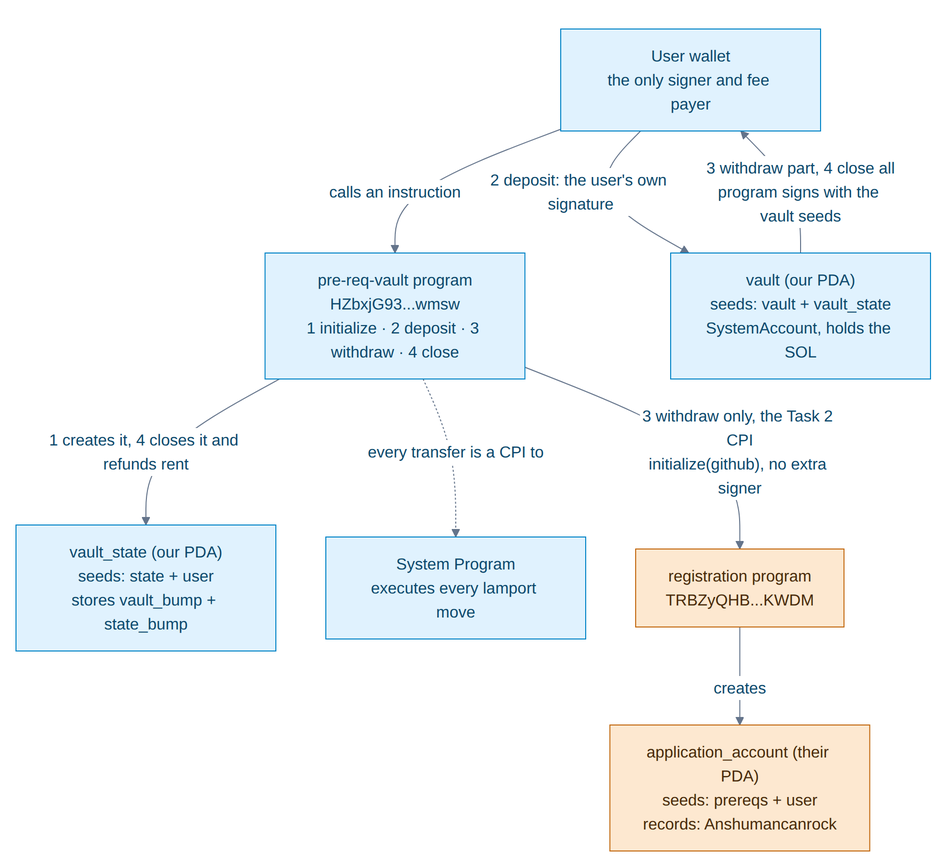
This is docs/diagram.png from Anshumancanrock/Turbin3, a Mermaid export, as it was before one commit. Its source is kept beside it as docs/diagram.mmd.
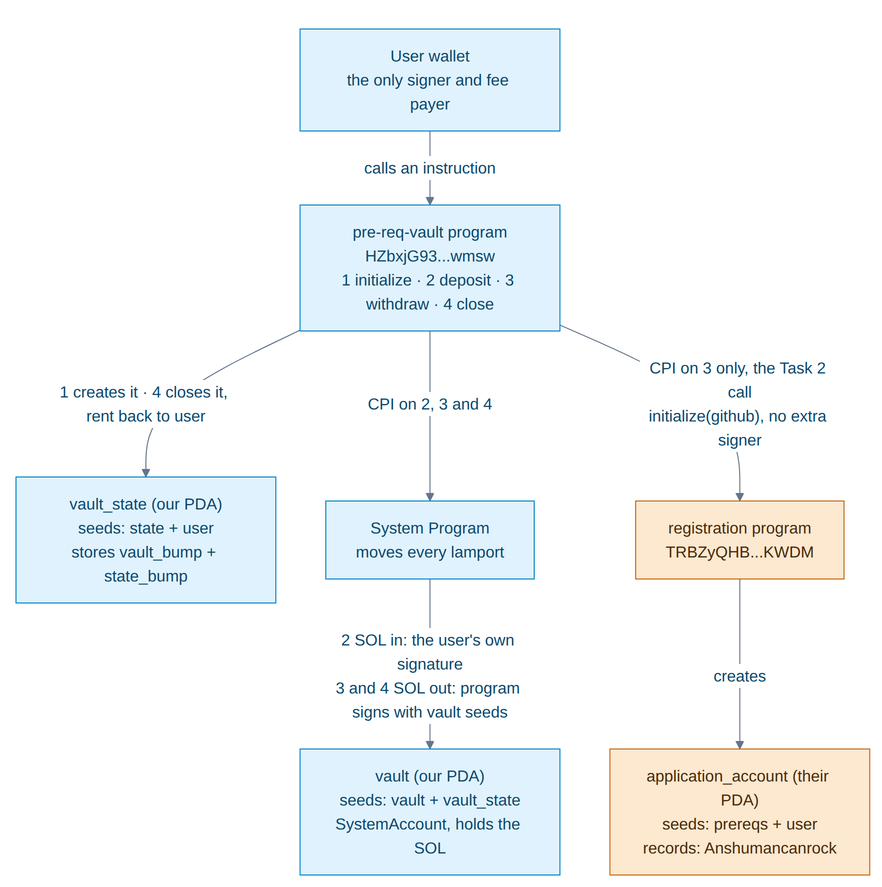
The same diagram one commit later.

Diff of the diagram source:
```diff
@@ -5,17 +5,16 @@
     U["User wallet<br/>the only signer and fee payer"]
     P["pre-req-vault program<br/>HZbxjG93...wmsw<br/>1 initialize · 2 deposit · 3 withdraw · 4 close"]
     VS["vault_state (our PDA)<br/>seeds: state + user<br/>stores vault_bump + state_bump"]
+    SP["System Program<br/>moves every lamport"]
     V["vault (our PDA)<br/>seeds: vault + vault_state<br/>SystemAccount, holds the SOL"]
-    SP["System Program<br/>executes every lamport move"]
     REG["registration program<br/>TRBZyQHB...KWDM"]
     APP["application_account (their PDA)<br/>seeds: prereqs + user<br/>records: Anshumancanrock"]
 
     U -->|calls an instruction| P
-    P -->|"1 creates it, 4 closes it and refunds rent"| VS
-    U -->|"2 deposit: the user's own signature"| V
-    V -->|"3 withdraw part, 4 close all<br/>program signs with the vault seeds"| U
-    P -.->|"every transfer is a CPI to"| SP
-    P -->|"3 withdraw only, the Task 2 CPI<br/>initialize(github), no extra signer"| REG
+    P -->|"1 creates it · 4 closes it, rent back to user"| VS
+    P -->|"CPI on 2, 3 and 4"| SP
+    P -->|"CPI on 3 only, the Task 2 call<br/>initialize(github), no extra signer"| REG
+    SP -->|"2 SOL in: the user's own signature<br/>3 and 4 SOL out: program signs with vault seeds"| V
     REG -->|creates| APP
 
     classDef ext fill:#fde8d0,stroke:#c2680f,color:#4a2c0a
```
